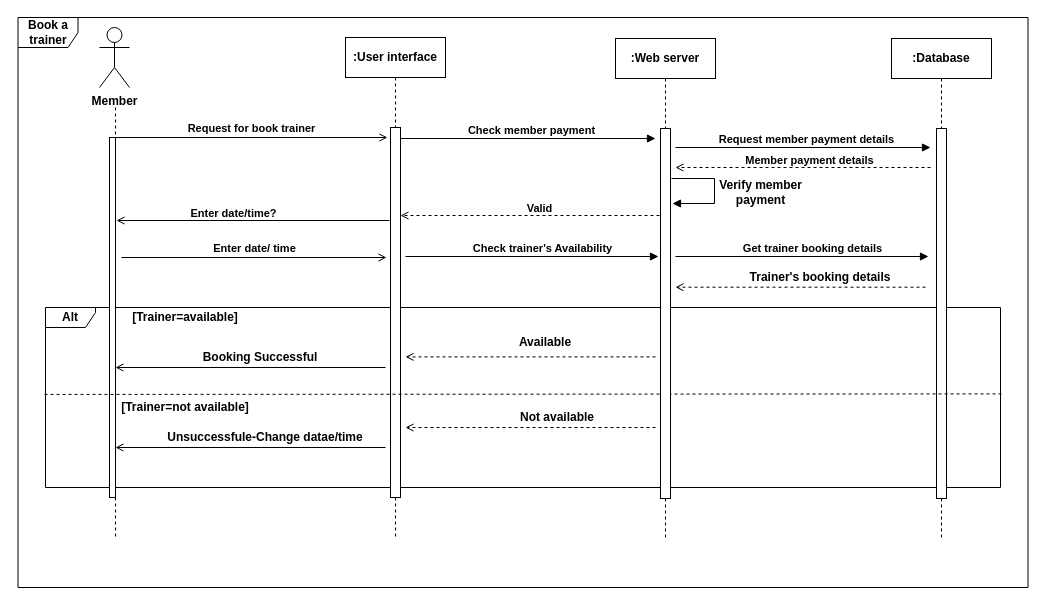
AmilaDissanayake/Group_CS21 keeps this draw.io diagram as page "Book a trainer" (7 of 13) of Diagram/Sequence Diagram.drawio. Above is the earlier version. Source tidied: cells renumbered, new cells numbered last; positions are measured from the earlier drawing's top-left corner, leaving out a move shared by most shapes. Both pictures are drawn from the tidied source at 100%, with x=0, y=0 at pixel (17, 17).
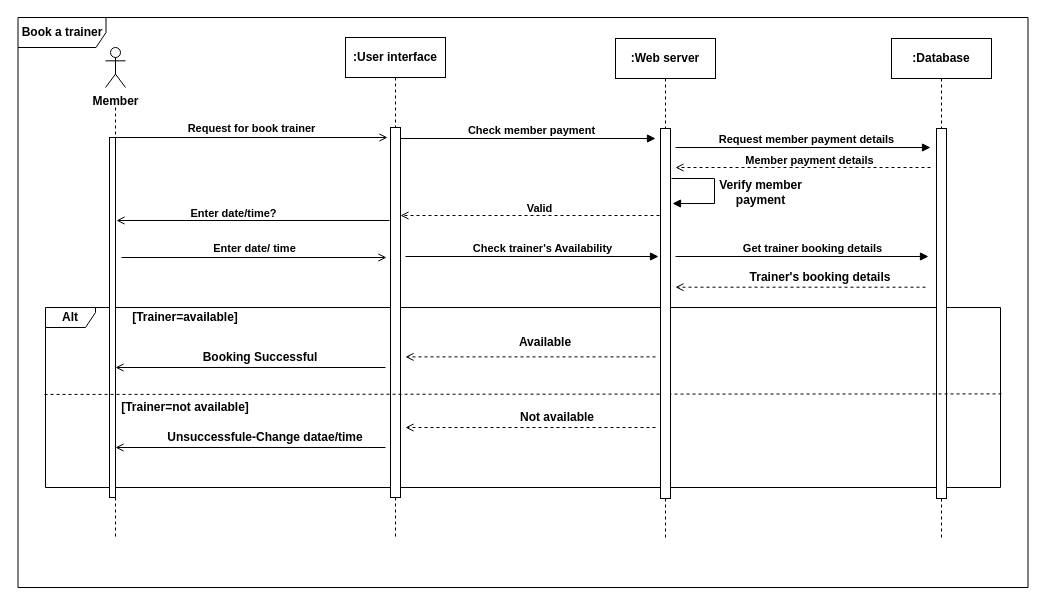
Above is the later version.

The edit, as a diff of the source:
```diff
@@
-    <mxCell id="2" value="&lt;b&gt;Book a trainer&lt;/b&gt;" style="shape=umlFrame;whiteSpace=wrap;html=1;shadow=0;" parent="1" vertex="1">
+    <mxCell id="2" value="&lt;b&gt;Book a trainer&lt;/b&gt;" style="shape=umlFrame;whiteSpace=wrap;html=1;shadow=0;width=88;height=30;" parent="1" vertex="1">
       <mxGeometry x="0.5" width="1010" height="570" as="geometry" />
     </mxCell>
@@
     <mxCell id="4" value="&lt;b&gt;Member&lt;/b&gt;" style="shape=umlActor;verticalLabelPosition=bottom;verticalAlign=top;html=1;" parent="1" vertex="1">
-      <mxGeometry x="82" y="10" width="30" height="60" as="geometry" />
+      <mxGeometry x="88" y="30" width="20" height="40" as="geometry" />
     </mxCell>
```
